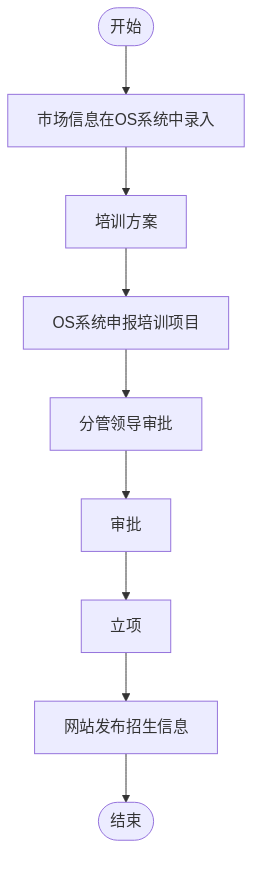
AmyIvan/work1 keeps this Mermaid diagram as outline2flow/flow_outputs/page_8.png. Above is the earlier version. Its source is kept beside it as outline2flow/mmd_outputs/page_8.mmd. Its diagram source:
```mermaid
flowchart TD
    Start([开始]) --> A[市场信息在OS系统中录入]
    A --> B[培训方案]
    B --> C[OS系统申报培训项目]
    C --> D[分管领导审批]
    D --> E[审批]
    E --> F[立项]
    F --> G[网站发布招生信息]
    G --> End([结束])
```
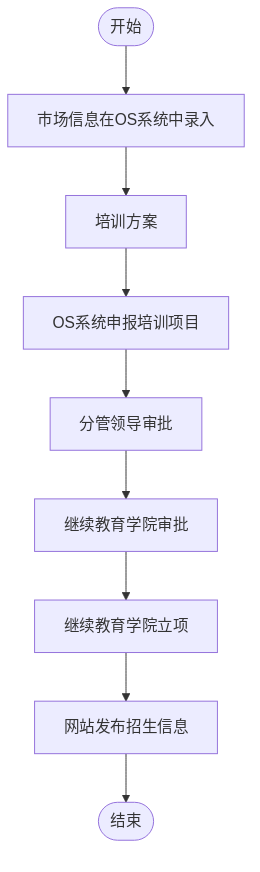
Above is the later version.

The edit, as a diff of the source:
```diff
@@ -1,9 +1,9 @@
 flowchart TD
-    Start([开始]) --> A[市场信息在OS系统中录入]
-    A --> B[培训方案]
-    B --> C[OS系统申报培训项目]
-    C --> D[分管领导审批]
-    D --> E[审批]
-    E --> F[立项]
-    F --> G[网站发布招生信息]
-    G --> End([结束])
+    Start(["开始"]) --> P1["市场信息在OS系统中录入"]
+    P1 --> P2["培训方案"]
+    P2 --> P3["OS系统申报培训项目"]
+    P3 --> P4["分管领导审批"]
+    P4 --> P5["继续教育学院审批"]
+    P5 --> P6["继续教育学院立项"]
+    P6 --> P7["网站发布招生信息"]
+    P7 --> End(["结束"])
```
